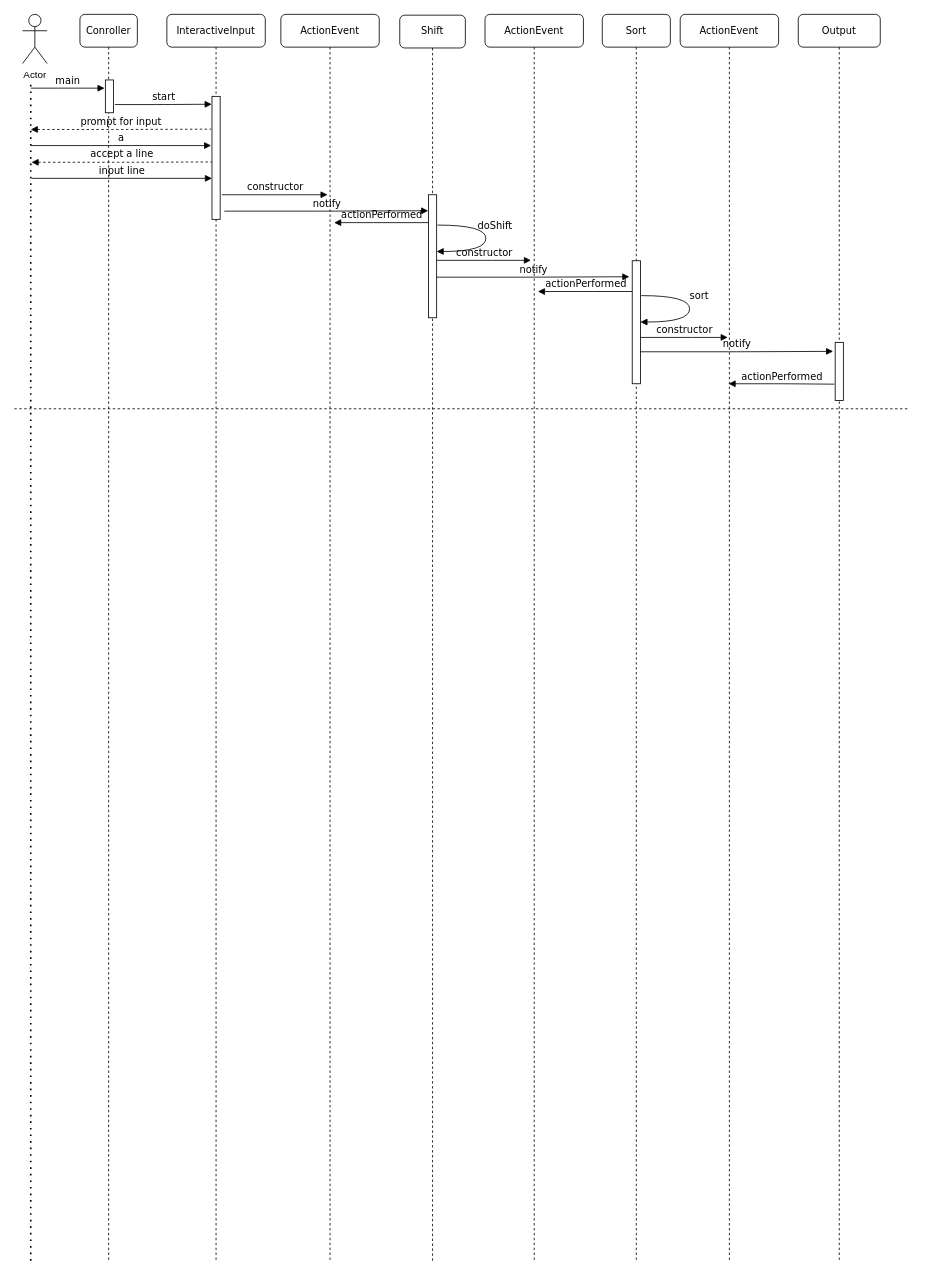
Before: HW2Q1.drawio in parveshj/577, a draw.io diagram. Source tidied: cells renumbered, new cells numbered last; positions are measured from the earlier drawing's top-left corner, leaving out a move shared by most shapes. Both pictures are drawn from the tidied source at 82%, with x=0, y=0 at pixel (14, 14).
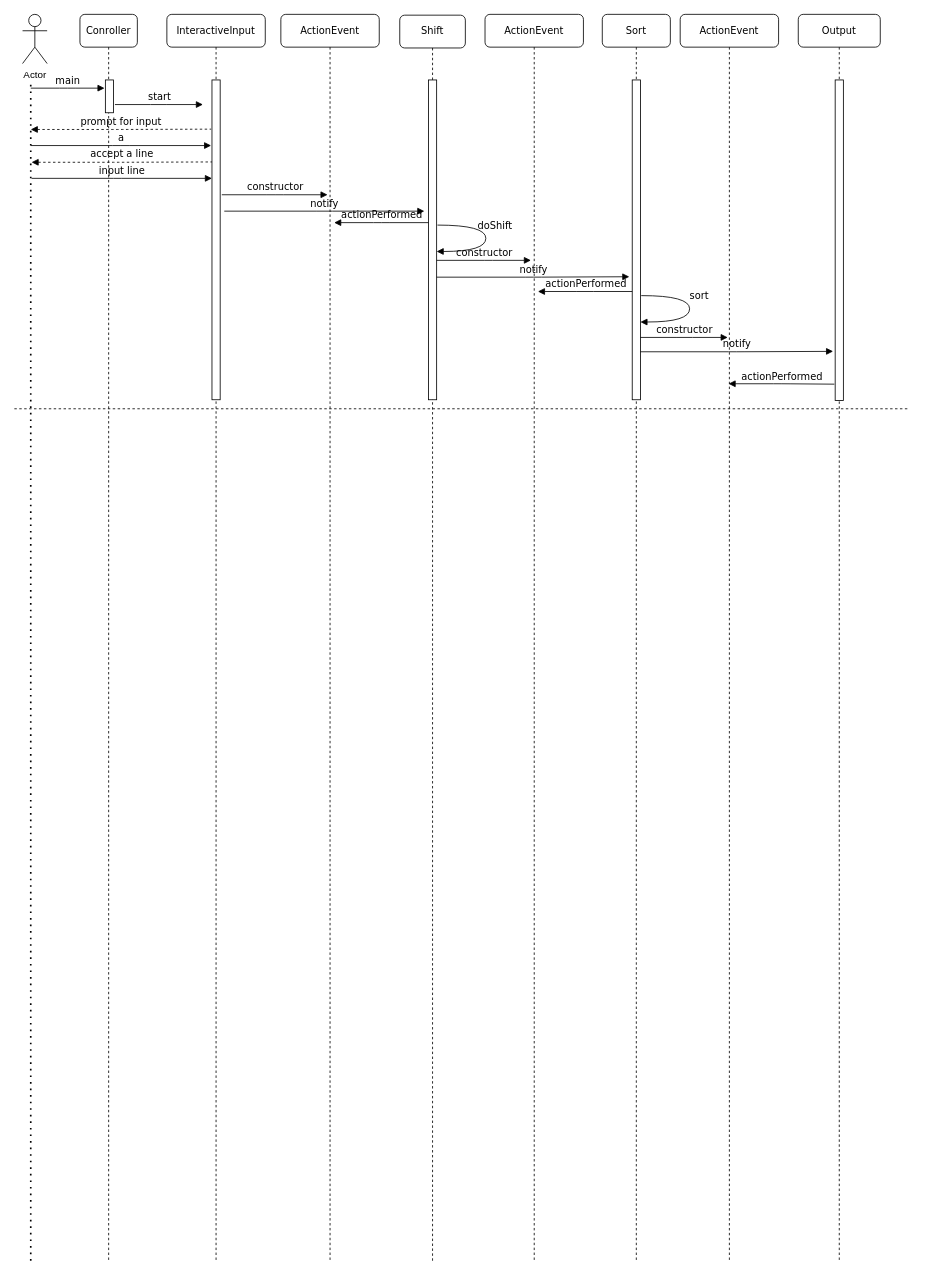
The same page after the edit.

Unchanged cells that the change refers to:
```xml
<mxCell id="7" style="html=1;points=[];perimeter=orthogonalPerimeter;rounded=0;shadow=0;comic=0;labelBackgroundColor=none;strokeWidth=1;fontFamily=Verdana;fontSize=12;align=center;" parent="6" vertex="1">
  <mxGeometry x="31" y="80" width="10" height="40" as="geometry" />
</mxCell>
```

Diff of the diagram source:
```diff
@@
     <mxCell id="10" style="html=1;points=[];perimeter=orthogonalPerimeter;rounded=0;shadow=0;comic=0;labelBackgroundColor=none;strokeWidth=1;fontFamily=Verdana;fontSize=12;align=center;" parent="1" vertex="1">
-      <mxGeometry x="241" y="100" width="10" height="150" as="geometry" />
+      <mxGeometry x="241" y="80" width="10" height="390" as="geometry" />
     </mxCell>
     <mxCell id="11" style="html=1;perimeter=orthogonalPerimeter;rounded=0;shadow=0;comic=0;labelBackgroundColor=none;strokeWidth=1;fontFamily=Verdana;fontSize=12;align=center;" parent="1" vertex="1">
-      <mxGeometry x="753.5" y="300.5" width="10" height="150" as="geometry" />
+      <mxGeometry x="753.5" y="80" width="10" height="390" as="geometry" />
     </mxCell>
     <mxCell id="12" style="html=1;perimeter=orthogonalPerimeter;rounded=0;shadow=0;comic=0;labelBackgroundColor=none;strokeWidth=1;fontFamily=Verdana;fontSize=12;align=center;" parent="1" vertex="1">
-      <mxGeometry x="1001" y="400" width="10" height="71" as="geometry" />
+      <mxGeometry x="1001" y="80" width="10" height="391" as="geometry" />
     </mxCell>
@@
-    <mxCell id="19" value="start" style="html=1;verticalAlign=bottom;endArrow=block;labelBackgroundColor=none;fontFamily=Verdana;fontSize=12;edgeStyle=elbowEdgeStyle;elbow=horizontal;exitX=1.167;exitY=0.75;exitDx=0;exitDy=0;exitPerimeter=0;entryX=-0.033;entryY=0.064;entryDx=0;entryDy=0;entryPerimeter=0;" parent="1" edge="1" source="7" target="10">
-      <mxGeometry relative="1" as="geometry" />
+    <mxCell id="19" value="start" style="html=1;verticalAlign=bottom;endArrow=block;labelBackgroundColor=none;fontFamily=Verdana;fontSize=12;edgeStyle=elbowEdgeStyle;elbow=horizontal;exitX=1.167;exitY=0.75;exitDx=0;exitDy=0;exitPerimeter=0;" parent="1" edge="1" source="7">
+      <mxGeometry relative="1" as="geometry">
+        <mxPoint x="230" y="110" as="targetPoint" />
+      </mxGeometry>
     </mxCell>
@@
-    <mxCell id="25" value="notify" style="html=1;verticalAlign=bottom;endArrow=block;labelBackgroundColor=none;fontFamily=Verdana;fontSize=12;edgeStyle=elbowEdgeStyle;elbow=horizontal;entryX=-0.029;entryY=0.13;entryDx=0;entryDy=0;entryPerimeter=0;" parent="1" edge="1" target="26">
+    <mxCell id="25" value="notify" style="html=1;verticalAlign=bottom;endArrow=block;labelBackgroundColor=none;fontFamily=Verdana;fontSize=12;edgeStyle=elbowEdgeStyle;elbow=horizontal;" parent="1" edge="1">
       <mxGeometry relative="1" as="geometry">
         <mxPoint x="256" y="240" as="sourcePoint" />
+        <mxPoint x="500" y="240" as="targetPoint" />
       </mxGeometry>
     </mxCell>
     <mxCell id="26" style="html=1;points=[];perimeter=orthogonalPerimeter;rounded=0;shadow=0;comic=0;labelBackgroundColor=none;strokeWidth=1;fontFamily=Verdana;fontSize=12;align=center;" parent="1" vertex="1">
-      <mxGeometry x="505" y="220" width="10" height="150" as="geometry" />
+      <mxGeometry x="505" y="80" width="10" height="390" as="geometry" />
     </mxCell>
```
